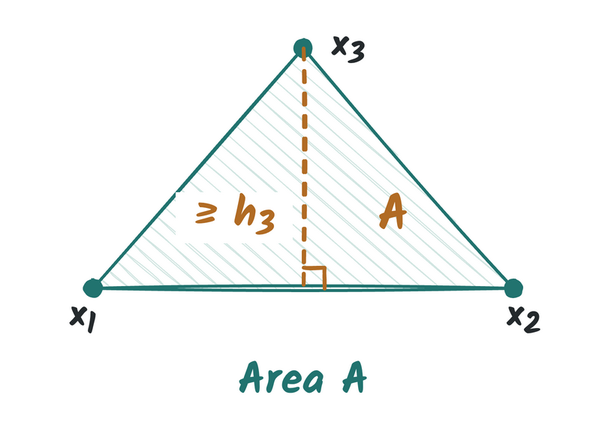
Above: assets/simplex_triangle.png in MathisRost/agentic-ai-math (draw.io), before the change. Source tidied: cells renumbered, new cells last; positions are measured from the earlier drawing's top-left corner, leaving out a move shared by most shapes. Source of this version:
```xml
<mxGraphModel background="#FFFFFF">
  <root>
    <mxCell id="0" />
    <mxCell id="1" parent="0" />
    <mxCell id="2" style="fillColor=none;strokeColor=none;" parent="1" vertex="1">
      <mxGeometry width="380" height="260" as="geometry" />
    </mxCell>
    <mxCell id="3" style="shape=triangle;direction=north;fillColor=#D2E6E2;strokeColor=#21736F;strokeWidth=2;sketch=1;comic=0;jiggle=1.2;fillStyle=hachure;hachureGap=8;fillWeight=0.7;" parent="1" vertex="1">
      <mxGeometry x="50" y="20" width="280" height="160" as="geometry" />
    </mxCell>
    <mxCell id="4" style="ellipse;fillStyle=solid;fillColor=#21736F;strokeColor=#21736F;sketch=1;jiggle=0.4;" parent="1" vertex="1">
      <mxGeometry x="44" y="174" width="12" height="12" as="geometry" />
    </mxCell>
    <mxCell id="5" value="x&lt;sub&gt;1&lt;/sub&gt;" style="text;html=1;whiteSpace=wrap;align=center;verticalAlign=middle;fontFamily=Kalam;fontSize=24;fontStyle=1;fontColor=#252A2D;strokeColor=none;fillColor=none;" parent="1" vertex="1">
      <mxGeometry x="21" y="185" width="44" height="30" as="geometry" />
    </mxCell>
    <mxCell id="6" style="ellipse;fillStyle=solid;fillColor=#21736F;strokeColor=#21736F;sketch=1;jiggle=0.4;" parent="1" vertex="1">
      <mxGeometry x="324" y="174" width="12" height="12" as="geometry" />
    </mxCell>
    <mxCell id="7" value="x&lt;sub&gt;2&lt;/sub&gt;" style="text;html=1;whiteSpace=wrap;align=center;verticalAlign=middle;fontFamily=Kalam;fontSize=24;fontStyle=1;fontColor=#252A2D;strokeColor=none;fillColor=none;" parent="1" vertex="1">
      <mxGeometry x="315" y="185" width="44" height="30" as="geometry" />
    </mxCell>
    <mxCell id="8" style="ellipse;fillStyle=solid;fillColor=#21736F;strokeColor=#21736F;sketch=1;jiggle=0.4;" parent="1" vertex="1">
      <mxGeometry x="184" y="14" width="12" height="12" as="geometry" />
    </mxCell>
    <mxCell id="9" value="x&lt;sub&gt;3&lt;/sub&gt;" style="text;html=1;whiteSpace=wrap;align=center;verticalAlign=middle;fontFamily=Kalam;fontSize=24;fontStyle=1;fontColor=#252A2D;strokeColor=none;fillColor=none;" parent="1" vertex="1">
      <mxGeometry x="198" y="5" width="44" height="30" as="geometry" />
    </mxCell>
    <mxCell id="10" style="edgeStyle=none;rounded=1;curved=0;html=0;sketch=1;comic=0;jiggle=0.6;strokeColor=#B16B24;strokeWidth=2.5;endArrow=none;endSize=12;endFill=0;dashed=1;" parent="1" edge="1">
      <mxGeometry relative="1" as="geometry">
        <mxPoint x="190" y="20" as="sourcePoint" />
        <mxPoint x="190" y="180" as="targetPoint" />
      </mxGeometry>
    </mxCell>
    <mxCell id="11" style="edgeStyle=none;rounded=1;curved=0;html=0;sketch=1;comic=0;jiggle=0.6;strokeColor=#B16B24;strokeWidth=2.5;endArrow=none;endSize=12;endFill=0;dashed=0;" parent="1" edge="1">
      <mxGeometry relative="1" as="geometry">
        <mxPoint x="190" y="166" as="sourcePoint" />
        <mxPoint x="204" y="166" as="targetPoint" />
      </mxGeometry>
    </mxCell>
    <mxCell id="12" style="edgeStyle=none;rounded=1;curved=0;html=0;sketch=1;comic=0;jiggle=0.6;strokeColor=#B16B24;strokeWidth=2.5;endArrow=none;endSize=12;endFill=0;dashed=0;" parent="1" edge="1">
      <mxGeometry relative="1" as="geometry">
        <mxPoint x="204" y="166" as="sourcePoint" />
        <mxPoint x="204" y="180" as="targetPoint" />
      </mxGeometry>
    </mxCell>
    <mxCell id="13" value="≥ h&lt;sub&gt;3&lt;/sub&gt;" style="text;html=1;whiteSpace=wrap;align=center;verticalAlign=middle;fontFamily=Kalam;fontSize=27;fontStyle=1;fontColor=#B16B24;strokeColor=none;fillColor=#FFFFFF;" parent="1" vertex="1">
      <mxGeometry x="105" y="116" width="78" height="34" as="geometry" />
    </mxCell>
    <mxCell id="14" value="A" style="text;html=0;whiteSpace=wrap;align=center;verticalAlign=middle;fontFamily=Kalam;fontSize=33;fontStyle=1;fontColor=#B16B24;strokeColor=none;fillColor=none;" parent="1" vertex="1">
      <mxGeometry x="230" y="112" width="40" height="40" as="geometry" />
    </mxCell>
    <mxCell id="15" value="Area A" style="text;html=0;whiteSpace=wrap;align=center;verticalAlign=middle;fontFamily=Kalam;fontSize=29;fontStyle=1;fontColor=#21736F;strokeColor=none;fillColor=none;" parent="1" vertex="1">
      <mxGeometry y="224" width="380" height="35" as="geometry" />
    </mxCell>
  </root>
</mxGraphModel>
```
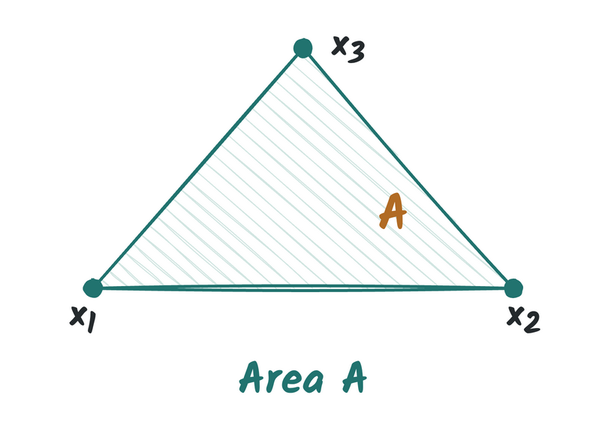
After the commit.

Commit message:
Update talk with Astra6 results and revised simplex diagrams

What changed in the source:
```diff
@@ -26,32 +26,11 @@
     <mxCell id="9" value="x&lt;sub&gt;3&lt;/sub&gt;" style="text;html=1;whiteSpace=wrap;align=center;verticalAlign=middle;fontFamily=Kalam;fontSize=24;fontStyle=1;fontColor=#252A2D;strokeColor=none;fillColor=none;" parent="1" vertex="1">
       <mxGeometry x="198" y="5" width="44" height="30" as="geometry" />
     </mxCell>
-    <mxCell id="10" style="edgeStyle=none;rounded=1;curved=0;html=0;sketch=1;comic=0;jiggle=0.6;strokeColor=#B16B24;strokeWidth=2.5;endArrow=none;endSize=12;endFill=0;dashed=1;" parent="1" edge="1">
-      <mxGeometry relative="1" as="geometry">
-        <mxPoint x="190" y="20" as="sourcePoint" />
-        <mxPoint x="190" y="180" as="targetPoint" />
-      </mxGeometry>
+    <mxCell id="10" value="A" style="text;html=0;whiteSpace=wrap;align=center;verticalAlign=middle;fontFamily=Kalam;fontSize=33;fontStyle=1;fontColor=#B16B24;strokeColor=none;fillColor=none;" parent="1" vertex="1">
+      <mxGeometry x="230" y="112" width="40" height="40" as="geometry" />
     </mxCell>
-    <mxCell id="11" style="edgeStyle=none;rounded=1;curved=0;html=0;sketch=1;comic=0;jiggle=0.6;strokeColor=#B16B24;strokeWidth=2.5;endArrow=none;endSize=12;endFill=0;dashed=0;" parent="1" edge="1">
-      <mxGeometry relative="1" as="geometry">
-        <mxPoint x="190" y="166" as="sourcePoint" />
-        <mxPoint x="204" y="166" as="targetPoint" />
-      </mxGeometry>
+    <mxCell id="11" value="Area A" style="text;html=0;whiteSpace=wrap;align=center;verticalAlign=middle;fontFamily=Kalam;fontSize=29;fontStyle=1;fontColor=#21736F;strokeColor=none;fillColor=none;" parent="1" vertex="1">
+      <mxGeometry y="224" width="380" height="35" as="geometry" />
     </mxCell>
-    <mxCell id="12" style="edgeStyle=none;rounded=1;curved=0;html=0;sketch=1;comic=0;jiggle=0.6;strokeColor=#B16B24;strokeWidth=2.5;endArrow=none;endSize=12;endFill=0;dashed=0;" parent="1" edge="1">
-      <mxGeometry relative="1" as="geometry">
-        <mxPoint x="204" y="166" as="sourcePoint" />
-        <mxPoint x="204" y="180" as="targetPoint" />
-      </mxGeometry>
-    </mxCell>
-    <mxCell id="13" value="≥ h&lt;sub&gt;3&lt;/sub&gt;" style="text;html=1;whiteSpace=wrap;align=center;verticalAlign=middle;fontFamily=Kalam;fontSize=27;fontStyle=1;fontColor=#B16B24;strokeColor=none;fillColor=#FFFFFF;" parent="1" vertex="1">
-      <mxGeometry x="105" y="116" width="78" height="34" as="geometry" />
-    </mxCell>
-    <mxCell id="14" value="A" style="text;html=0;whiteSpace=wrap;align=center;verticalAlign=middle;fontFamily=Kalam;fontSize=33;fontStyle=1;fontColor=#B16B24;strokeColor=none;fillColor=none;" parent="1" vertex="1">
-      <mxGeometry x="230" y="112" width="40" height="40" as="geometry" />
-    </mxCell>
-    <mxCell id="15" value="Area A" style="text;html=0;whiteSpace=wrap;align=center;verticalAlign=middle;fontFamily=Kalam;fontSize=29;fontStyle=1;fontColor=#21736F;strokeColor=none;fillColor=none;" parent="1" vertex="1">
-      <mxGeometry y="224" width="380" height="35" as="geometry" />
-    </mxCell>
   </root>
 </mxGraphModel>
```
